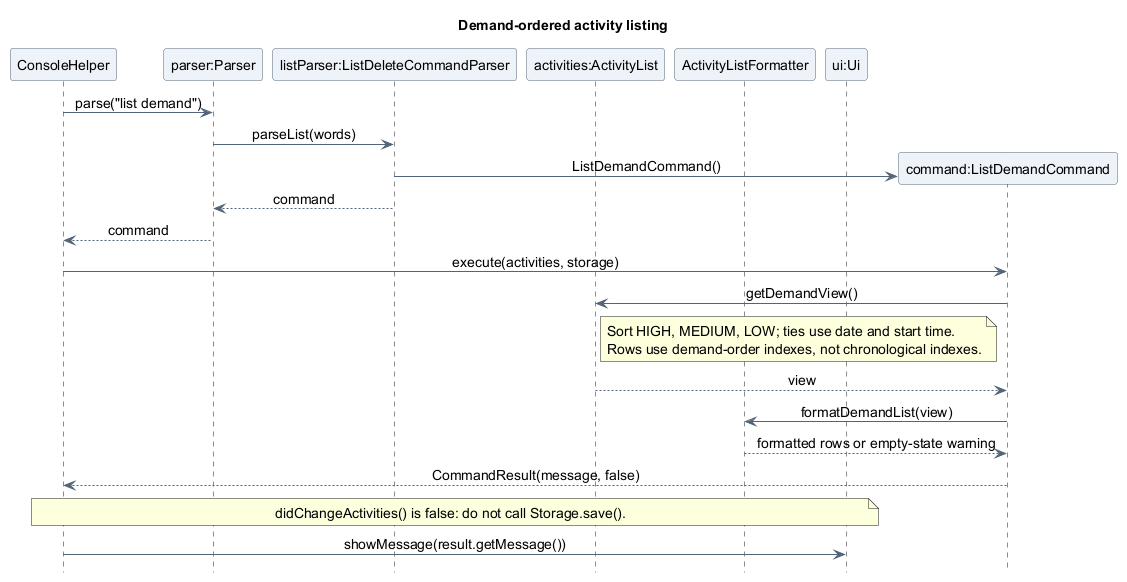
The PlantUML diagram docs/images/asyraf/sequence/ListDemandSequence.png in AY2627S1-CS2113-T10-4/tp, before a commit.
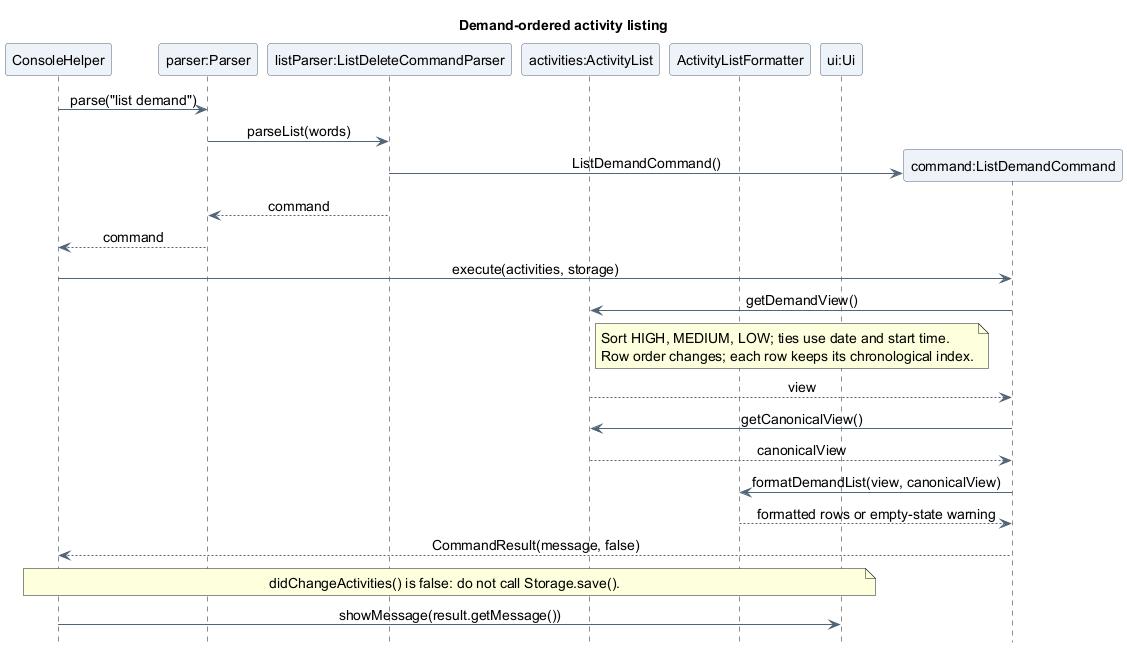
The same diagram one commit later.

Commit message:
fix(list): preserve chronological indexes in demand output

What changed in the source:
```diff
@@ -27,10 +27,12 @@
 Query -> Activities : getDemandView()
 note right of Activities
   Sort HIGH, MEDIUM, LOW; ties use date and start time.
-  Rows use demand-order indexes, not chronological indexes.
+  Row order changes; each row keeps its chronological index.
 end note
 Activities --> Query : view
-Query -> Formatter : formatDemandList(view)
+Query -> Activities : getCanonicalView()
+Activities --> Query : canonicalView
+Query -> Formatter : formatDemandList(view, canonicalView)
 Formatter --> Query : formatted rows or empty-state warning
 Query --> Console : CommandResult(message, false)
 note over Console, UI
```
